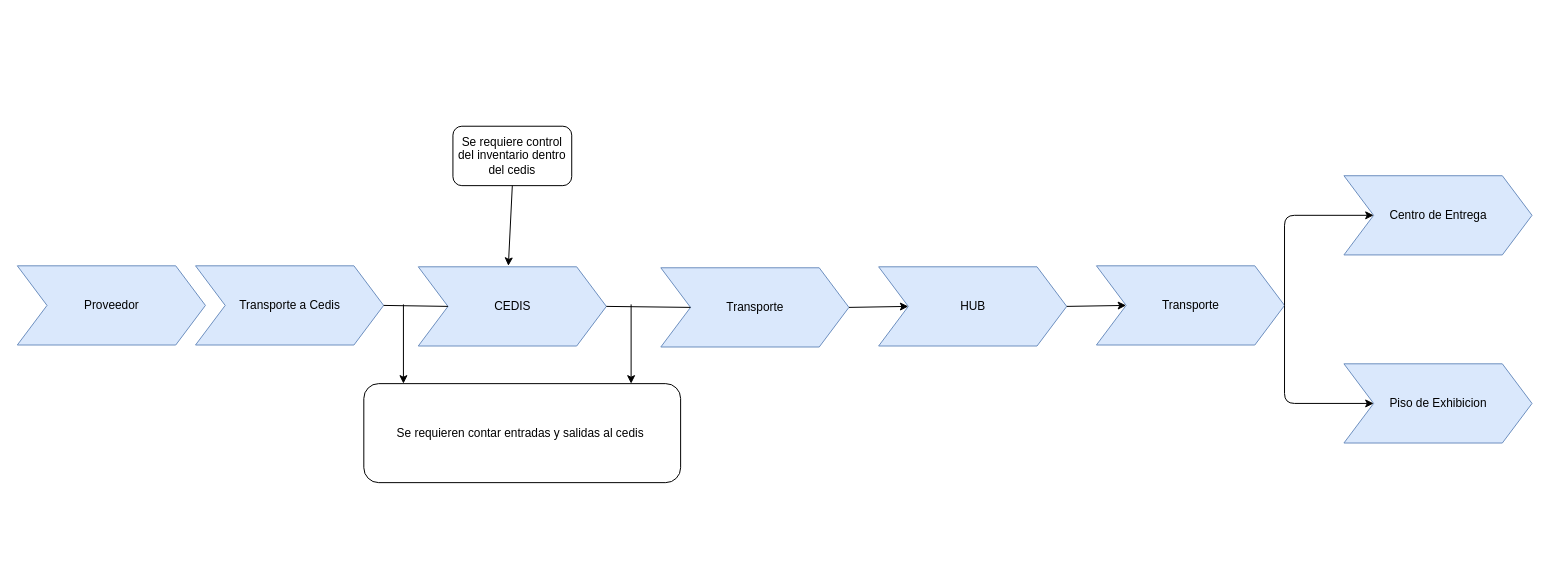
The draw.io diagram Diagrama Inventario.drawio in erick12357/pruebaRest, before the edit. Source tidied: cells renumbered, new cells numbered last; positions are measured from the earlier drawing's top-left corner, leaving out a move shared by most shapes. Both pictures are drawn from the tidied source at 99%, with x=0, y=0 at pixel (17, 126).
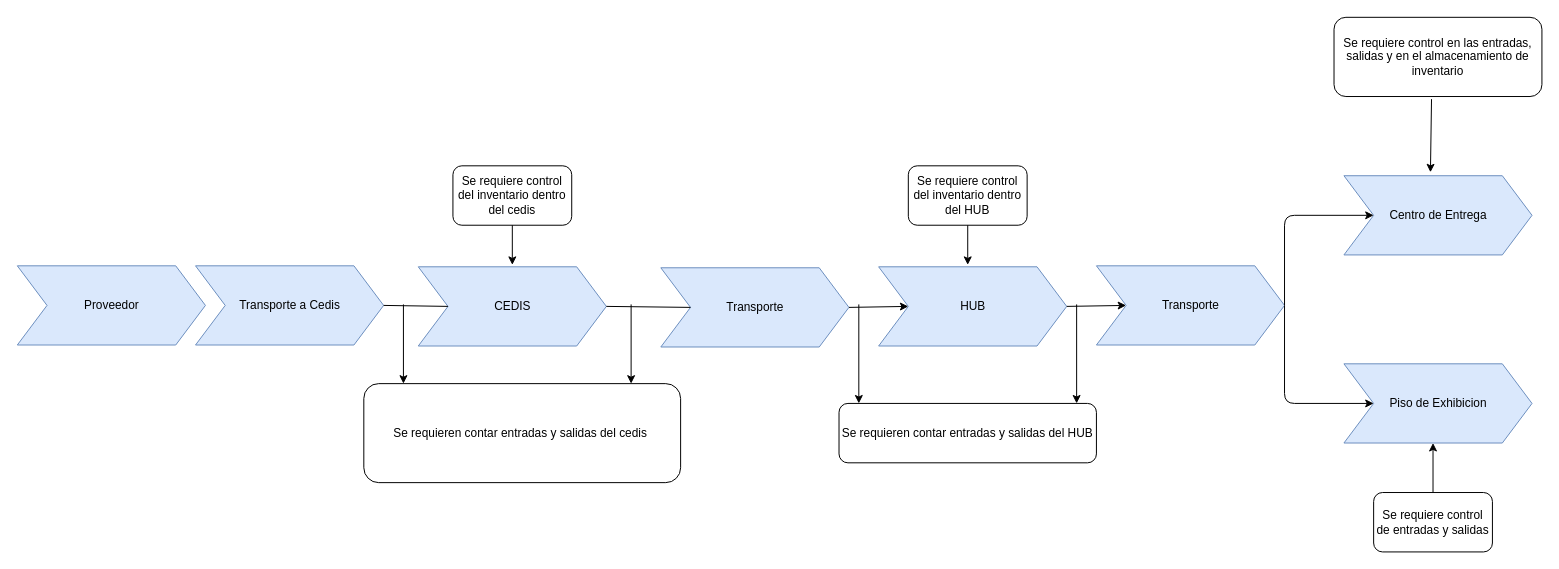
After the change.

Unchanged cells that the change refers to:
```xml
<mxCell id="15" value="Centro de Entrega" style="html=1;shadow=0;dashed=0;align=center;verticalAlign=middle;shape=mxgraph.arrows2.arrow;dy=0;dx=30;notch=30;fillColor=#dae8fc;strokeColor=#6c8ebf;" parent="1" vertex="1">
  <mxGeometry x="1340" y="50" width="190" height="80" as="geometry" />
</mxCell>
```

Diff of the diagram source:
```diff
@@
     <mxCell id="13" value="Se requiere control del inventario dentro del cedis" style="rounded=1;whiteSpace=wrap;html=1;" parent="1" vertex="1">
-      <mxGeometry x="440" width="120" height="60" as="geometry" />
+      <mxGeometry x="440" y="40" width="120" height="60" as="geometry" />
     </mxCell>
-    <mxCell id="14" style="endArrow=classic;html=1;exitX=0.5;exitY=1;exitDx=0;exitDy=0;" parent="1" edge="1" source="13">
-      <mxGeometry relative="1" as="geometry">
-        <mxPoint x="496" y="141" as="targetPoint" />
-      </mxGeometry>
-    </mxCell>
@@
-    <mxCell id="20" value="Se requieren contar entradas y salidas al cedis&amp;nbsp;" style="rounded=1;whiteSpace=wrap;html=1;" parent="1" vertex="1">
+    <mxCell id="20" value="Se requieren contar entradas y salidas del cedis&amp;nbsp;" style="rounded=1;whiteSpace=wrap;html=1;" parent="1" vertex="1">
       <mxGeometry x="350" y="260" width="320" height="100" as="geometry" />
     </mxCell>
+    <mxCell id="21" style="endArrow=classic;html=1;" parent="1" edge="1">
+      <mxGeometry relative="1" as="geometry">
+        <mxPoint x="850" y="180" as="sourcePoint" />
+        <mxPoint x="850" y="280" as="targetPoint" />
+      </mxGeometry>
+    </mxCell>
+    <mxCell id="22" style="endArrow=classic;html=1;" parent="1" edge="1">
+      <mxGeometry relative="1" as="geometry">
+        <mxPoint x="1070" y="180" as="sourcePoint" />
+        <mxPoint x="1070" y="280" as="targetPoint" />
+      </mxGeometry>
+    </mxCell>
+    <mxCell id="23" value="&lt;span&gt;Se requieren contar entradas y salidas del HUB&lt;/span&gt;" style="rounded=1;whiteSpace=wrap;html=1;" parent="1" vertex="1">
+      <mxGeometry x="830" y="280" width="260" height="60" as="geometry" />
+    </mxCell>
+    <mxCell id="24" value="Se requiere control del inventario dentro del HUB" style="rounded=1;whiteSpace=wrap;html=1;" parent="1" vertex="1">
+      <mxGeometry x="900" y="40" width="120" height="60" as="geometry" />
+    </mxCell>
+    <mxCell id="25" style="endArrow=classic;html=1;exitX=0.5;exitY=1;exitDx=0;exitDy=0;" parent="1" edge="1" source="24">
+      <mxGeometry relative="1" as="geometry">
+        <mxPoint x="960" y="140" as="targetPoint" />
+      </mxGeometry>
+    </mxCell>
+    <mxCell id="26" style="endArrow=classic;html=1;exitX=0.5;exitY=1;exitDx=0;exitDy=0;" parent="1" edge="1" source="13">
+      <mxGeometry relative="1" as="geometry">
+        <mxPoint x="500" y="140" as="targetPoint" />
+      </mxGeometry>
+    </mxCell>
+    <mxCell id="27" value="Se requiere control en las entradas, salidas y en el almacenamiento de inventario" style="rounded=1;whiteSpace=wrap;html=1;" parent="1" vertex="1">
+      <mxGeometry x="1330" y="-110" width="210" height="80" as="geometry" />
+    </mxCell>
+    <mxCell id="28" style="endArrow=classic;html=1;entryX=0.46;entryY=-0.044;entryDx=0;entryDy=0;entryPerimeter=0;exitX=0.469;exitY=1.033;exitDx=0;exitDy=0;exitPerimeter=0;" parent="1" edge="1" source="27" target="15">
+      <mxGeometry relative="1" as="geometry" />
+    </mxCell>
+    <mxCell id="29" value="Se requiere control de entradas y salidas" style="rounded=1;whiteSpace=wrap;html=1;" parent="1" vertex="1">
+      <mxGeometry x="1370" y="370" width="120" height="60" as="geometry" />
+    </mxCell>
+    <mxCell id="30" style="endArrow=classic;html=1;exitX=0.5;exitY=0;exitDx=0;exitDy=0;" parent="1" edge="1" source="29">
+      <mxGeometry relative="1" as="geometry">
+        <mxPoint x="1430" y="320" as="targetPoint" />
+      </mxGeometry>
+    </mxCell>
```
